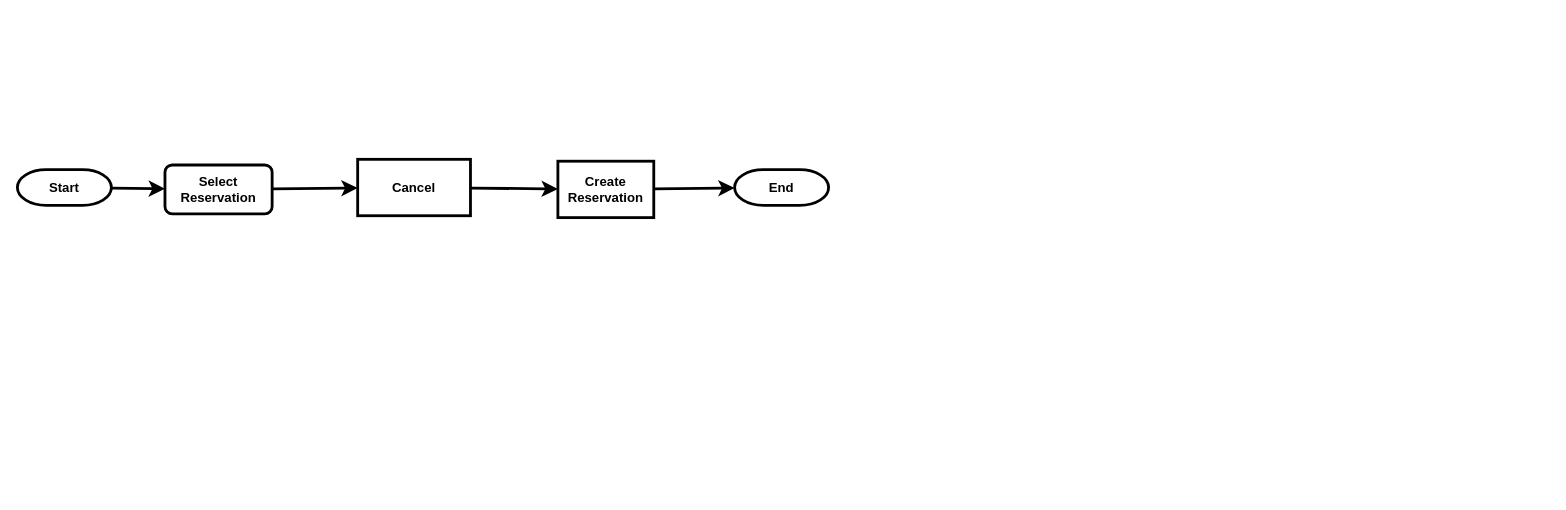
Earlier version of the draw.io diagram page "HuntingSafariPermitApplication" (4 of 10) of TourismHunting/Tourism_Hunting_Flow.drawio (MbalamulaS/portal2-diagram). Source tidied: cells renumbered, new cells numbered last; positions are measured from the earlier drawing's top-left corner, leaving out a move shared by most shapes. Both pictures are drawn from the tidied source at 94%, with x=0, y=0 at pixel (17, 159).
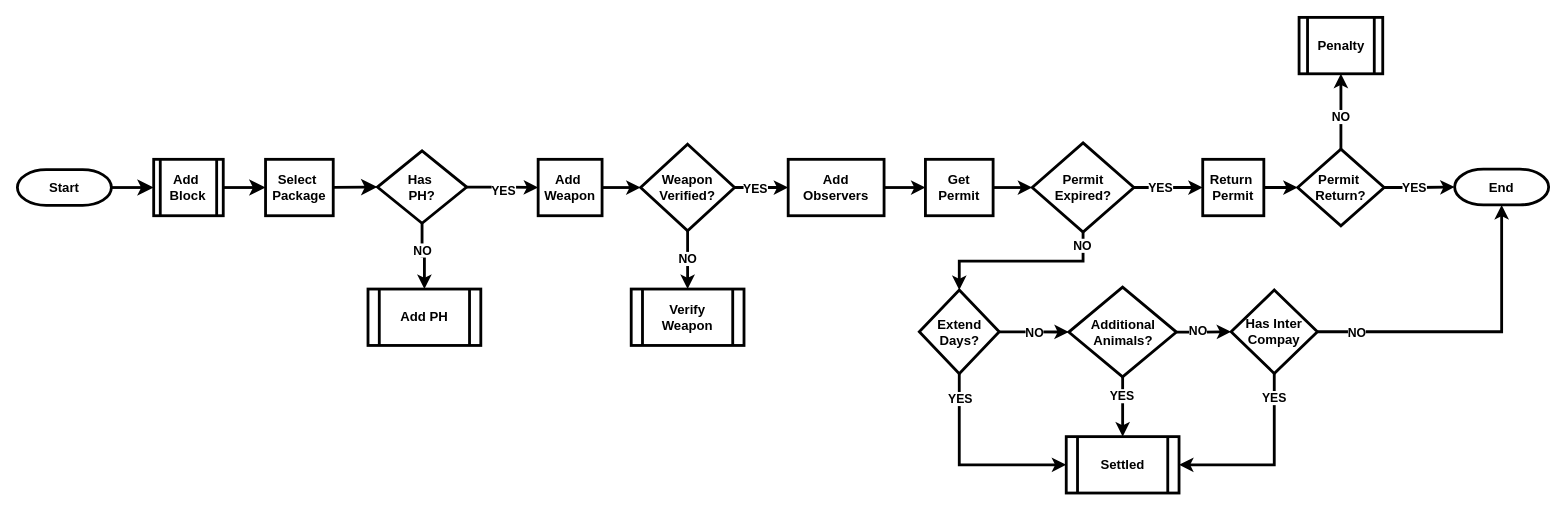
The same page after the edit.

Unchanged cells that the change refers to:
```xml
<mxCell id="3" value="&lt;span&gt;&lt;font&gt;Start&lt;/font&gt;&lt;/span&gt;" style="strokeWidth=3;html=1;shape=mxgraph.flowchart.terminator;whiteSpace=wrap;fontSize=14;fontStyle=1;" parent="1" vertex="1">
  <mxGeometry y="11" width="100" height="38" as="geometry" />
</mxCell>
```

What changed in the source:
```diff
@@
-    <mxCell id="2" style="edgeStyle=none;curved=1;rounded=0;jettySize=auto;html=1;fontSize=12;startSize=8;endSize=8;strokeWidth=3;" parent="1" edge="1" source="3" target="6">
+    <mxCell id="2" style="edgeStyle=none;curved=1;rounded=0;jettySize=auto;html=1;fontSize=12;startSize=8;endSize=8;strokeWidth=3;entryX=0;entryY=0.5;entryDx=0;entryDy=0;" parent="1" edge="1" source="3" target="11">
       <mxGeometry relative="1" as="geometry" />
     </mxCell>
@@
     <mxCell id="4" value="&lt;span&gt;End&lt;/span&gt;" style="strokeWidth=3;html=1;shape=mxgraph.flowchart.terminator;whiteSpace=wrap;fontSize=14;fontStyle=1;" parent="1" vertex="1">
-      <mxGeometry x="763" y="11" width="100" height="38" as="geometry" />
+      <mxGeometry x="1529" y="10.5" width="100" height="38" as="geometry" />
     </mxCell>
-    <mxCell id="5" style="edgeStyle=none;curved=1;rounded=0;jettySize=auto;html=1;fontSize=12;startSize=8;endSize=8;strokeWidth=3;" parent="1" edge="1" source="6" target="10">
+    <mxCell id="5" style="edgeStyle=none;curved=1;rounded=0;jettySize=auto;html=1;fontSize=12;startSize=8;endSize=8;strokeWidth=3;exitX=1;exitY=0.5;exitDx=0;exitDy=0;" parent="1" edge="1" source="11" target="10">
       <mxGeometry relative="1" as="geometry" />
     </mxCell>
-    <mxCell id="6" value="Select Reservation" style="rounded=1;whiteSpace=wrap;html=1;fontSize=14;fontStyle=1;strokeWidth=3;" parent="1" vertex="1">
-      <mxGeometry x="157" y="6" width="114" height="52" as="geometry" />
-    </mxCell>
-    <mxCell id="7" style="edgeStyle=none;curved=1;rounded=0;jettySize=auto;html=1;fontSize=12;startSize=8;endSize=8;strokeWidth=3;" parent="1" edge="1" source="8" target="4">
-      <mxGeometry relative="1" as="geometry" />
-    </mxCell>
-    <mxCell id="8" value="Create Reservation" style="whiteSpace=wrap;html=1;fontSize=14;fontStyle=1;strokeWidth=3;" parent="1" vertex="1">
-      <mxGeometry x="575" y="2" width="102" height="60" as="geometry" />
-    </mxCell>
-    <mxCell id="9" style="edgeStyle=none;curved=1;rounded=0;jettySize=auto;html=1;fontSize=12;startSize=8;endSize=8;strokeWidth=3;" parent="1" edge="1" source="10" target="8">
+    <mxCell id="9" style="edgeStyle=none;curved=1;rounded=0;jettySize=auto;html=1;fontSize=12;startSize=8;endSize=8;strokeWidth=3;entryX=0;entryY=0.5;entryDx=0;entryDy=0;" parent="1" edge="1" source="10" target="16">
       <mxGeometry relative="1" as="geometry" />
     </mxCell>
-    <mxCell id="10" value="Cancel" style="whiteSpace=wrap;html=1;fontSize=14;fontStyle=1;strokeWidth=3;" parent="1" vertex="1">
-      <mxGeometry x="362" width="120" height="60" as="geometry" />
+    <mxCell id="10" value="&lt;div&gt;Select&amp;nbsp;&lt;/div&gt;&lt;div&gt;Package&lt;/div&gt;" style="whiteSpace=wrap;html=1;fontSize=14;fontStyle=1;strokeWidth=3;" parent="1" vertex="1">
+      <mxGeometry x="264" width="72" height="60" as="geometry" />
     </mxCell>
+    <mxCell id="11" value="&lt;div&gt;Add&amp;nbsp;&lt;/div&gt;&lt;div&gt;Block&lt;/div&gt;" style="shape=process;whiteSpace=wrap;html=1;backgroundOutline=1;fontSize=14;fontStyle=1;strokeWidth=3;" parent="1" vertex="1">
+      <mxGeometry x="145" width="74" height="60" as="geometry" />
+    </mxCell>
+    <mxCell id="12" style="edgeStyle=orthogonalEdgeStyle;rounded=0;jettySize=auto;html=1;strokeWidth=3;" parent="1" edge="1" source="16" target="18">
+      <mxGeometry relative="1" as="geometry" />
+    </mxCell>
+    <mxCell id="13" value="&lt;font style=&quot;font-size: 13px;&quot;&gt;&lt;b&gt;YES&lt;/b&gt;&lt;/font&gt;" style="edgeLabel;html=1;align=center;verticalAlign=middle;" parent="12" vertex="1">
+      <mxGeometry x="0.02" y="-2" relative="1" as="geometry" />
+    </mxCell>
+    <mxCell id="14" style="edgeStyle=orthogonalEdgeStyle;rounded=0;jettySize=auto;html=1;strokeWidth=3;" parent="1" edge="1" source="16" target="24">
+      <mxGeometry relative="1" as="geometry" />
+    </mxCell>
+    <mxCell id="15" value="&lt;b&gt;&lt;font style=&quot;font-size: 13px;&quot;&gt;NO&lt;/font&gt;&lt;/b&gt;" style="edgeLabel;html=1;align=center;verticalAlign=middle;" parent="14" vertex="1">
+      <mxGeometry x="-0.23" relative="1" as="geometry" />
+    </mxCell>
+    <mxCell id="16" value="&lt;div&gt;Has&amp;nbsp;&lt;/div&gt;&lt;div&gt;PH?&lt;/div&gt;" style="rhombus;whiteSpace=wrap;html=1;fontSize=14;fontStyle=1;strokeWidth=3;" parent="1" vertex="1">
+      <mxGeometry x="383" y="-9" width="95" height="77" as="geometry" />
+    </mxCell>
+    <mxCell id="17" style="edgeStyle=orthogonalEdgeStyle;rounded=0;jettySize=auto;html=1;strokeWidth=3;" parent="1" edge="1" source="18" target="23">
+      <mxGeometry relative="1" as="geometry" />
+    </mxCell>
+    <mxCell id="18" value="&lt;div&gt;Add&amp;nbsp;&lt;/div&gt;&lt;div&gt;Weapon&lt;/div&gt;" style="whiteSpace=wrap;html=1;fontSize=14;fontStyle=1;strokeWidth=3;" parent="1" vertex="1">
+      <mxGeometry x="554" width="68" height="60" as="geometry" />
+    </mxCell>
+    <mxCell id="19" style="edgeStyle=orthogonalEdgeStyle;rounded=0;jettySize=auto;html=1;strokeWidth=3;" parent="1" edge="1" source="23" target="27">
+      <mxGeometry relative="1" as="geometry" />
+    </mxCell>
+    <mxCell id="20" value="&lt;b&gt;&lt;font style=&quot;font-size: 13px;&quot;&gt;YES&lt;/font&gt;&lt;/b&gt;" style="edgeLabel;html=1;align=center;verticalAlign=middle;" parent="19" vertex="1">
+      <mxGeometry x="-0.26" relative="1" as="geometry" />
+    </mxCell>
+    <mxCell id="21" style="edgeStyle=orthogonalEdgeStyle;rounded=0;jettySize=auto;html=1;strokeWidth=3;" parent="1" edge="1" source="23" target="25">
+      <mxGeometry relative="1" as="geometry" />
+    </mxCell>
+    <mxCell id="22" value="&lt;b&gt;&lt;font style=&quot;font-size: 13px;&quot;&gt;NO&lt;/font&gt;&lt;/b&gt;" style="edgeLabel;html=1;align=center;verticalAlign=middle;" parent="21" vertex="1">
+      <mxGeometry x="-0.06" y="-1" relative="1" as="geometry" />
+    </mxCell>
+    <mxCell id="23" value="Weapon Verified?" style="rhombus;whiteSpace=wrap;html=1;fontSize=14;fontStyle=1;strokeWidth=3;" parent="1" vertex="1">
+      <mxGeometry x="663" y="-16" width="100" height="92" as="geometry" />
+    </mxCell>
+    <mxCell id="24" value="Add PH" style="shape=process;whiteSpace=wrap;html=1;backgroundOutline=1;fontSize=14;fontStyle=1;strokeWidth=3;" parent="1" vertex="1">
+      <mxGeometry x="373" y="138" width="120" height="60" as="geometry" />
+    </mxCell>
+    <mxCell id="25" value="Verify Weapon" style="shape=process;whiteSpace=wrap;html=1;backgroundOutline=1;fontSize=14;fontStyle=1;strokeWidth=3;" parent="1" vertex="1">
+      <mxGeometry x="653" y="138" width="120" height="60" as="geometry" />
+    </mxCell>
+    <mxCell id="26" style="edgeStyle=orthogonalEdgeStyle;rounded=0;jettySize=auto;html=1;strokeWidth=3;" parent="1" edge="1" source="27" target="31">
+      <mxGeometry relative="1" as="geometry" />
+    </mxCell>
+    <mxCell id="27" value="Add Observers" style="whiteSpace=wrap;html=1;fontSize=14;fontStyle=1;strokeWidth=3;" parent="1" vertex="1">
+      <mxGeometry x="820" width="102" height="60" as="geometry" />
+    </mxCell>
+    <mxCell id="28" style="edgeStyle=orthogonalEdgeStyle;rounded=0;jettySize=auto;html=1;strokeWidth=3;entryX=0.5;entryY=0;entryDx=0;entryDy=0;exitX=0.5;exitY=1;exitDx=0;exitDy=0;" parent="1" edge="1" source="34" target="39">
+      <mxGeometry relative="1" as="geometry" />
+    </mxCell>
+    <mxCell id="29" value="&lt;font style=&quot;font-size: 13px;&quot;&gt;&lt;b&gt;NO&lt;/b&gt;&lt;/font&gt;" style="edgeLabel;html=1;align=center;verticalAlign=middle;" parent="28" vertex="1">
+      <mxGeometry x="-0.86" y="-1" relative="1" as="geometry" />
+    </mxCell>
+    <mxCell id="30" style="edgeStyle=orthogonalEdgeStyle;rounded=0;jettySize=auto;html=1;strokeWidth=3;" parent="1" edge="1" source="31" target="34">
+      <mxGeometry relative="1" as="geometry" />
+    </mxCell>
+    <mxCell id="31" value="&lt;div&gt;Get&lt;/div&gt;&lt;div&gt;Permit&lt;/div&gt;" style="whiteSpace=wrap;html=1;fontSize=14;fontStyle=1;strokeWidth=3;" parent="1" vertex="1">
+      <mxGeometry x="966" width="72" height="60" as="geometry" />
+    </mxCell>
+    <mxCell id="32" style="edgeStyle=orthogonalEdgeStyle;rounded=0;jettySize=auto;html=1;strokeWidth=3;" parent="1" edge="1" source="34" target="51">
+      <mxGeometry relative="1" as="geometry" />
+    </mxCell>
+    <mxCell id="33" value="&lt;font style=&quot;font-size: 13px;&quot;&gt;&lt;b&gt;YES&lt;/b&gt;&lt;/font&gt;" style="edgeLabel;html=1;align=center;verticalAlign=middle;" parent="32" vertex="1">
+      <mxGeometry x="-0.23" y="1" relative="1" as="geometry" />
+    </mxCell>
+    <mxCell id="34" value="Permit Expired?" style="rhombus;whiteSpace=wrap;html=1;fontSize=14;fontStyle=1;strokeWidth=3;" parent="1" vertex="1">
+      <mxGeometry x="1079.6" y="-17.5" width="108.2" height="95" as="geometry" />
+    </mxCell>
+    <mxCell id="35" style="edgeStyle=orthogonalEdgeStyle;rounded=0;jettySize=auto;html=1;strokeWidth=3;" parent="1" edge="1" source="39" target="44">
+      <mxGeometry relative="1" as="geometry" />
+    </mxCell>
+    <mxCell id="36" value="&lt;b&gt;&lt;font style=&quot;font-size: 13px;&quot;&gt;NO&lt;/font&gt;&lt;/b&gt;" style="edgeLabel;html=1;align=center;verticalAlign=middle;" parent="35" vertex="1">
+      <mxGeometry x="-0.01" y="1" relative="1" as="geometry">
+        <mxPoint y="1" as="offset" />
+      </mxGeometry>
+    </mxCell>
+    <mxCell id="37" style="edgeStyle=orthogonalEdgeStyle;rounded=0;jettySize=auto;html=1;strokeWidth=3;entryX=0;entryY=0.5;entryDx=0;entryDy=0;exitX=0.5;exitY=1;exitDx=0;exitDy=0;" parent="1" edge="1" source="39" target="58">
+      <mxGeometry relative="1" as="geometry" />
+    </mxCell>
+    <mxCell id="38" value="&lt;font style=&quot;font-size: 13px;&quot;&gt;&lt;b&gt;YES&lt;/b&gt;&lt;/font&gt;" style="edgeLabel;html=1;align=center;verticalAlign=middle;" parent="37" vertex="1">
+      <mxGeometry x="-0.75" relative="1" as="geometry" />
+    </mxCell>
+    <mxCell id="39" value="Extend Days?" style="rhombus;whiteSpace=wrap;html=1;fontSize=14;fontStyle=1;strokeWidth=3;" parent="1" vertex="1">
+      <mxGeometry x="959.5" y="139" width="85" height="89" as="geometry" />
+    </mxCell>
+    <mxCell id="40" style="edgeStyle=orthogonalEdgeStyle;rounded=0;jettySize=auto;html=1;strokeWidth=3;" parent="1" edge="1" source="44" target="49">
+      <mxGeometry relative="1" as="geometry" />
+    </mxCell>
+    <mxCell id="41" value="&lt;b&gt;&lt;font style=&quot;font-size: 13px;&quot;&gt;NO&lt;/font&gt;&lt;/b&gt;" style="edgeLabel;html=1;align=center;verticalAlign=middle;" parent="40" vertex="1">
+      <mxGeometry x="-0.2" y="2" relative="1" as="geometry" />
+    </mxCell>
+    <mxCell id="42" style="edgeStyle=orthogonalEdgeStyle;rounded=0;jettySize=auto;html=1;strokeWidth=3;" parent="1" edge="1" source="44" target="58">
+      <mxGeometry relative="1" as="geometry" />
+    </mxCell>
+    <mxCell id="43" value="&lt;font style=&quot;font-size: 13px;&quot;&gt;&lt;b&gt;YES&lt;/b&gt;&lt;/font&gt;" style="edgeLabel;html=1;align=center;verticalAlign=middle;" parent="42" vertex="1">
+      <mxGeometry x="-0.38" y="-1" relative="1" as="geometry" />
+    </mxCell>
+    <mxCell id="44" value="Additional Animals?" style="rhombus;whiteSpace=wrap;html=1;fontSize=14;fontStyle=1;strokeWidth=3;" parent="1" vertex="1">
+      <mxGeometry x="1118.5" y="136" width="114.5" height="95.5" as="geometry" />
+    </mxCell>
+    <mxCell id="45" style="edgeStyle=orthogonalEdgeStyle;rounded=0;jettySize=auto;html=1;strokeWidth=3;entryX=0.5;entryY=1;entryDx=0;entryDy=0;entryPerimeter=0;" parent="1" edge="1" source="49" target="4">
+      <mxGeometry relative="1" as="geometry" />
+    </mxCell>
+    <mxCell id="46" value="&lt;font style=&quot;font-size: 13px;&quot;&gt;&lt;b&gt;NO&lt;/b&gt;&lt;/font&gt;" style="edgeLabel;html=1;align=center;verticalAlign=middle;" parent="45" vertex="1">
+      <mxGeometry x="-0.75" y="-1" relative="1" as="geometry" />
+    </mxCell>
+    <mxCell id="47" style="edgeStyle=orthogonalEdgeStyle;rounded=0;jettySize=auto;html=1;strokeWidth=3;entryX=1;entryY=0.5;entryDx=0;entryDy=0;" parent="1" edge="1" source="49" target="58">
+      <mxGeometry relative="1" as="geometry">
+        <Array as="points">
+          <mxPoint x="1337" y="325" />
+        </Array>
+      </mxGeometry>
+    </mxCell>
+    <mxCell id="48" value="&lt;font style=&quot;font-size: 13px;&quot;&gt;&lt;b&gt;YES&lt;/b&gt;&lt;/font&gt;" style="edgeLabel;html=1;align=center;verticalAlign=middle;" parent="47" vertex="1">
+      <mxGeometry x="-0.74" y="-1" relative="1" as="geometry" />
+    </mxCell>
+    <mxCell id="49" value="Has Inter Compay" style="rhombus;whiteSpace=wrap;html=1;fontSize=14;fontStyle=1;strokeWidth=3;" parent="1" vertex="1">
+      <mxGeometry x="1291.2" y="139" width="91.8" height="88.8" as="geometry" />
+    </mxCell>
+    <mxCell id="50" style="edgeStyle=orthogonalEdgeStyle;rounded=0;jettySize=auto;html=1;strokeWidth=3;" parent="1" edge="1" source="51" target="56">
+      <mxGeometry relative="1" as="geometry" />
+    </mxCell>
+    <mxCell id="51" value="&lt;div&gt;Return&amp;nbsp;&lt;/div&gt;&lt;div&gt;Permit&lt;/div&gt;" style="whiteSpace=wrap;html=1;fontSize=14;fontStyle=1;strokeWidth=3;" parent="1" vertex="1">
+      <mxGeometry x="1261" width="65" height="60" as="geometry" />
+    </mxCell>
+    <mxCell id="52" style="edgeStyle=orthogonalEdgeStyle;rounded=0;jettySize=auto;html=1;strokeWidth=3;entryX=0.5;entryY=1;entryDx=0;entryDy=0;" parent="1" edge="1" source="56" target="57">
+      <mxGeometry relative="1" as="geometry" />
+    </mxCell>
+    <mxCell id="53" value="&lt;font style=&quot;font-size: 13px;&quot;&gt;&lt;b&gt;NO&lt;/b&gt;&lt;/font&gt;" style="edgeLabel;html=1;align=center;verticalAlign=middle;" parent="52" vertex="1">
+      <mxGeometry x="-0.12" y="1" relative="1" as="geometry" />
+    </mxCell>
+    <mxCell id="54" style="edgeStyle=orthogonalEdgeStyle;rounded=0;jettySize=auto;html=1;strokeWidth=3;" parent="1" edge="1" source="56" target="4">
+      <mxGeometry relative="1" as="geometry" />
+    </mxCell>
+    <mxCell id="55" value="&lt;font style=&quot;font-size: 13px;&quot;&gt;&lt;b&gt;YES&lt;/b&gt;&lt;/font&gt;" style="edgeLabel;html=1;align=center;verticalAlign=middle;" parent="54" vertex="1">
+      <mxGeometry x="-0.15" y="1" relative="1" as="geometry" />
+    </mxCell>
+    <mxCell id="56" value="&lt;div&gt;Permit&amp;nbsp;&lt;/div&gt;&lt;div&gt;Return?&lt;/div&gt;" style="rhombus;whiteSpace=wrap;html=1;fontSize=14;fontStyle=1;strokeWidth=3;" parent="1" vertex="1">
+      <mxGeometry x="1362" y="-10.8" width="92" height="81.5" as="geometry" />
+    </mxCell>
+    <mxCell id="57" value="Penalty" style="shape=process;whiteSpace=wrap;html=1;backgroundOutline=1;fontSize=14;fontStyle=1;strokeWidth=3;" parent="1" vertex="1">
+      <mxGeometry x="1363.5" y="-151" width="89" height="60" as="geometry" />
+    </mxCell>
+    <mxCell id="58" value="Settled" style="shape=process;whiteSpace=wrap;html=1;backgroundOutline=1;fontSize=14;fontStyle=1;strokeWidth=3;" parent="1" vertex="1">
+      <mxGeometry x="1115.8" y="295" width="120" height="60" as="geometry" />
+    </mxCell>
```
